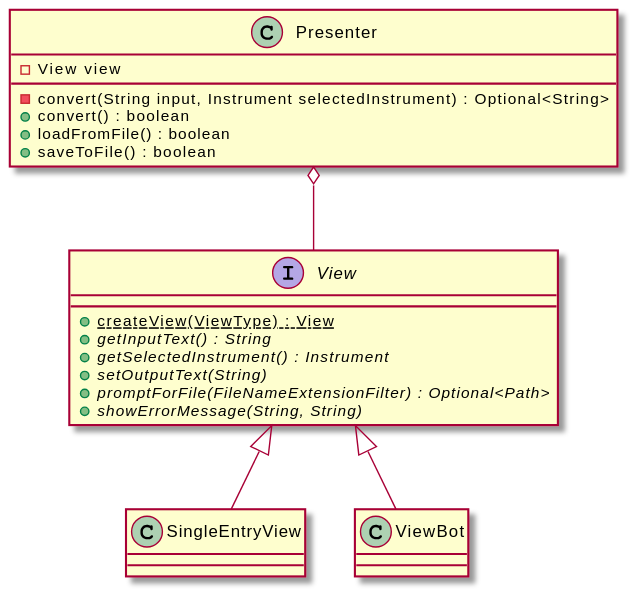
Earlier version of the PlantUML export Documentation/frontend-class-diagram.svg (ahopk127/eecs2311-tab2xml).
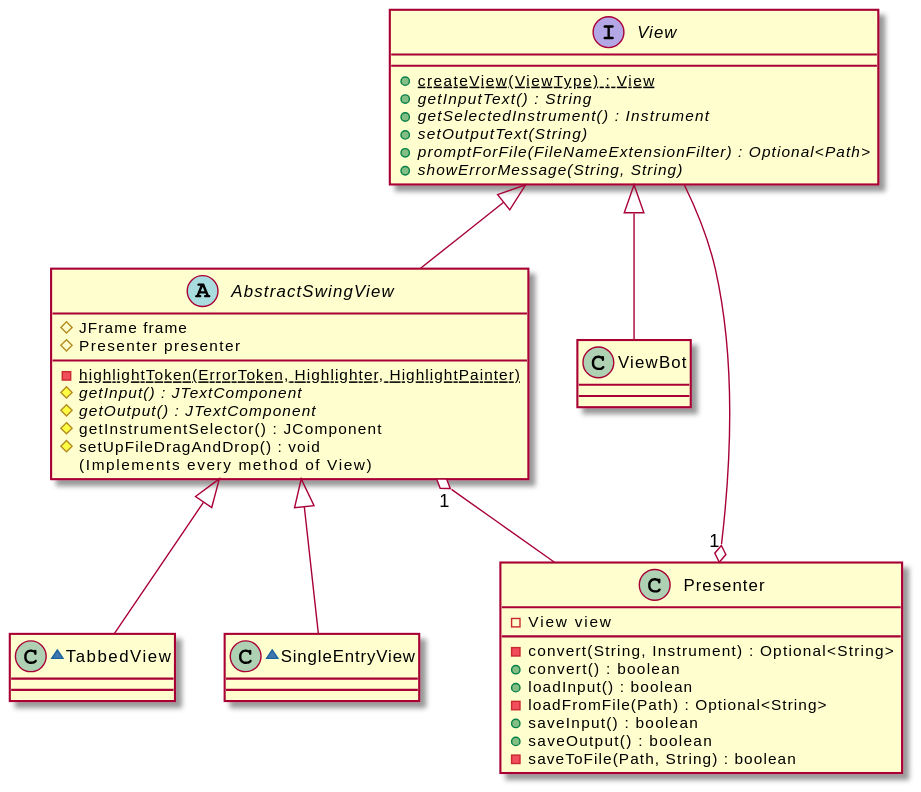
The same diagram one commit later.

Commit message:
Upgraded the API of AbstractSwingView & made it public

Change to the diagram source:
```diff
@@ -11,13 +11,36 @@
 class Presenter {
   -View view
 
-  -convert(String input, Instrument selectedInstrument) : Optional<String>
+  -convert(String, Instrument) : Optional<String>
   +convert() : boolean
-  +loadFromFile() : boolean
-  +saveToFile() : boolean
+  +loadInput() : boolean
+  -loadFromFile(Path) : Optional<String>
+  +saveInput() : boolean
+  +saveOutput() : boolean
+  -saveToFile(Path, String) : boolean
 }
 
-Presenter o-- View
-View <|-- SingleEntryView
+abstract class AbstractSwingView {
+  #JFrame frame
+  #Presenter presenter
+
+  -{static} highlightToken(ErrorToken, Highlighter, HighlightPainter)
+  #{abstract} getInput() : JTextComponent
+  #{abstract} getOutput() : JTextComponent
+  #getInstrumentSelector() : JComponent
+  #setUpFileDragAndDrop() : void
+  (Implements every method of View)
+}
+
+~class TabbedView {
+}
+~class SingleEntryView {
+}
+
+Presenter "1" o-- View
+AbstractSwingView "1" o-- Presenter
+View <|-- AbstractSwingView
+AbstractSwingView <|-- TabbedView
+AbstractSwingView <|-- SingleEntryView
 View <|-- ViewBot
 @enduml
```
